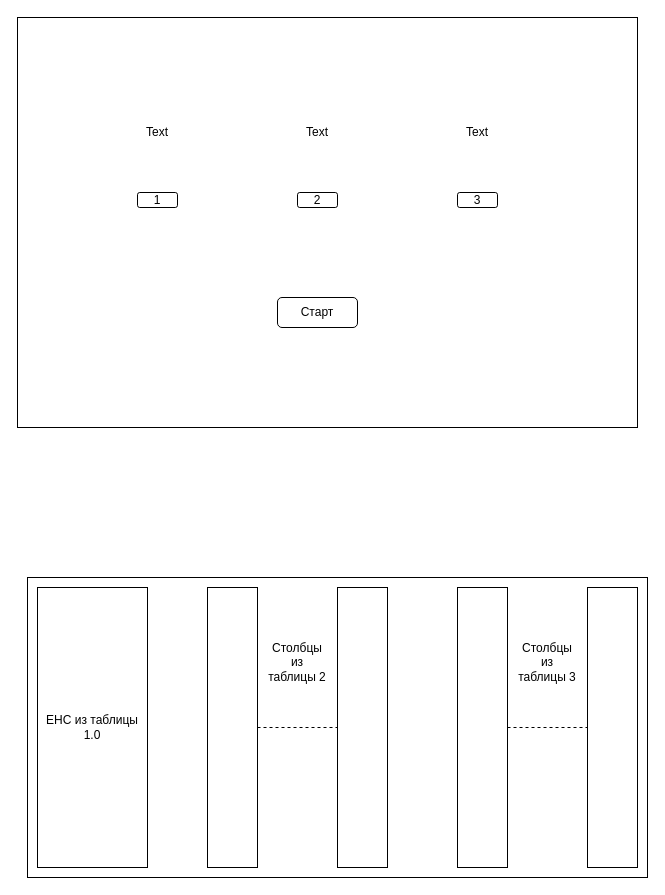
This is BPMN-test.drawio from Grigosty/diagrammsForStudy, a draw.io file, before an edit. Source tidied: cells renumbered, new cells numbered last; positions are measured from the earlier drawing's top-left corner, leaving out a move shared by most shapes. Both pictures are drawn from the tidied source at 100%, with x=0, y=0 at pixel (17, 17).
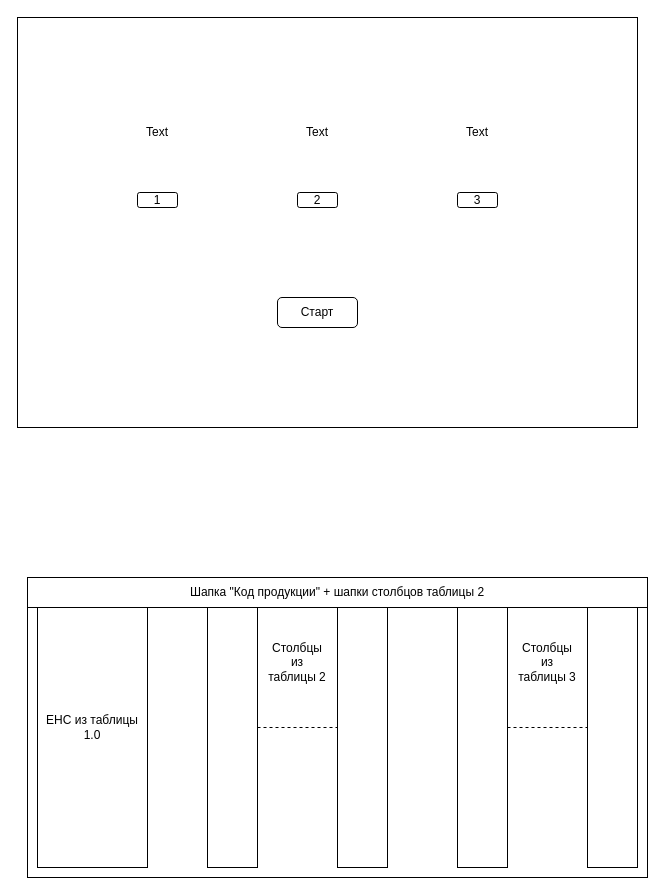
After the change.

Change to the diagram source:
```diff
@@
+    <mxCell id="20" value="Шапка &quot;Код продукции&quot; + шапки столбцов таблицы 2" style="rounded=0;whiteSpace=wrap;html=1;" parent="1" vertex="1">
+      <mxGeometry x="10" y="560" width="620" height="30" as="geometry" />
+    </mxCell>
```
